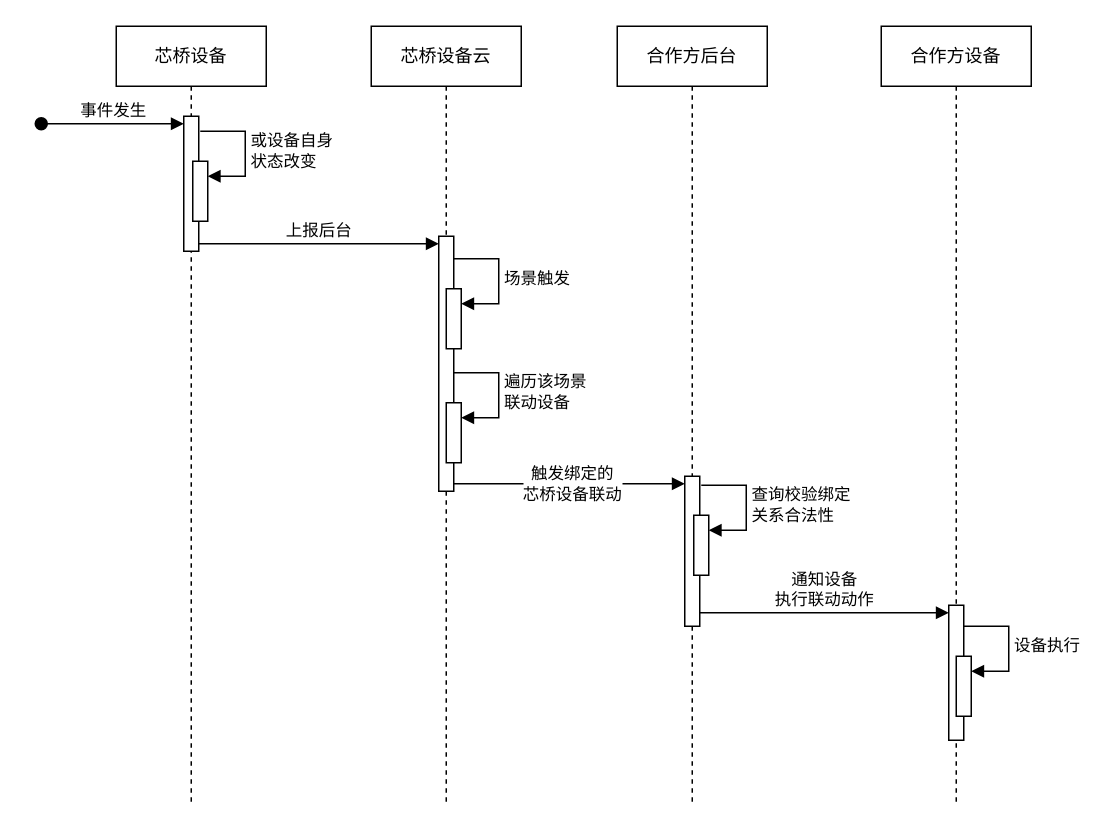
Earlier version of the draw.io diagram 芯桥场景联动合作方.drawio (Chrischenny/selfblog). Source tidied: cells renumbered, new cells numbered last; positions are measured from the earlier drawing's top-left corner, leaving out a move shared by most shapes. Both pictures are drawn from the tidied source at 150%, with x=0, y=0 at pixel (40, 26).
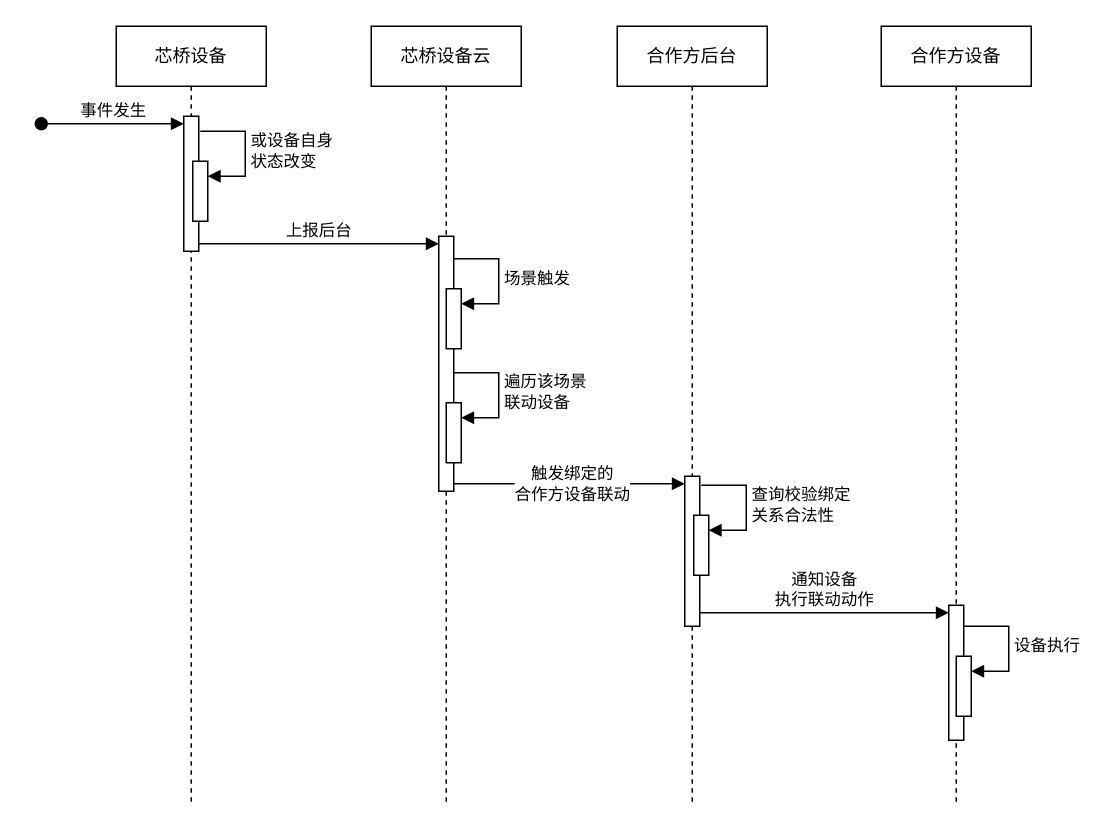
The same diagram, later.

Commit message:
更新芯桥场景联动合作方.drawio

Unchanged cells that the change refers to:
```xml
<mxCell id="23" style="html=1;verticalAlign=bottom;endArrow=block;curved=0;rounded=0;exitX=1;exitY=1;exitDx=0;exitDy=-5;exitPerimeter=0;entryX=0;entryY=0;entryDx=0;entryDy=5;entryPerimeter=0;" parent="1" edge="1" source="7" target="13">
  <mxGeometry relative="1" as="geometry" />
</mxCell>
```

What changed in the source:
```diff
@@
-    <mxCell id="24" value="触发绑定的&lt;div&gt;芯桥设备联动&lt;/div&gt;" style="edgeLabel;html=1;align=center;verticalAlign=middle;" parent="23" vertex="1">
+    <mxCell id="24" value="触发绑定的&lt;div&gt;合作方设备联动&lt;/div&gt;" style="edgeLabel;html=1;align=center;verticalAlign=middle;" parent="23" vertex="1">
       <mxGeometry x="0.34" y="1" relative="1" as="geometry">
         <mxPoint x="-25" as="offset" />
       </mxGeometry>
     </mxCell>
```
